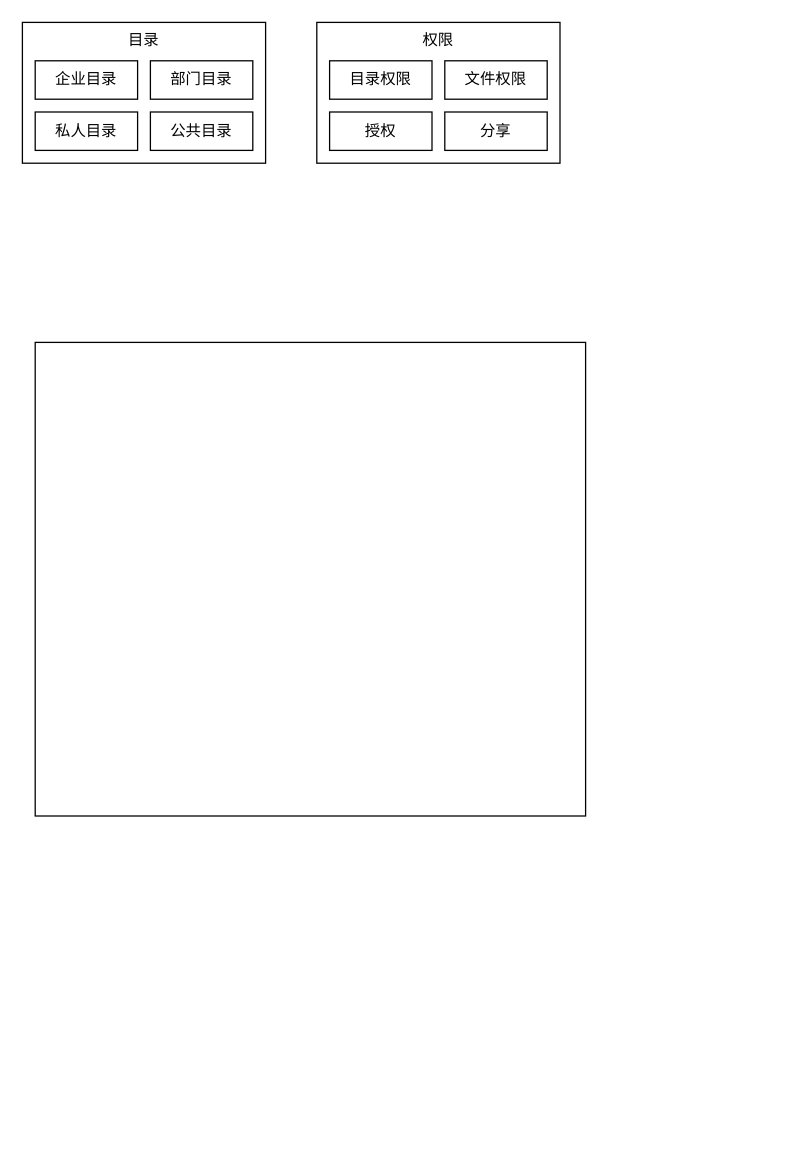
Before: page "企业网盘" (4 of 4) of StreamOA架构设计.drawio in zebra-min/my-design, a draw.io diagram. Source tidied: cells renumbered, new cells numbered last; positions are measured from the earlier drawing's top-left corner, leaving out a move shared by most shapes. Both pictures are drawn from the tidied source at 128%, with x=0, y=0 at pixel (22, 22).
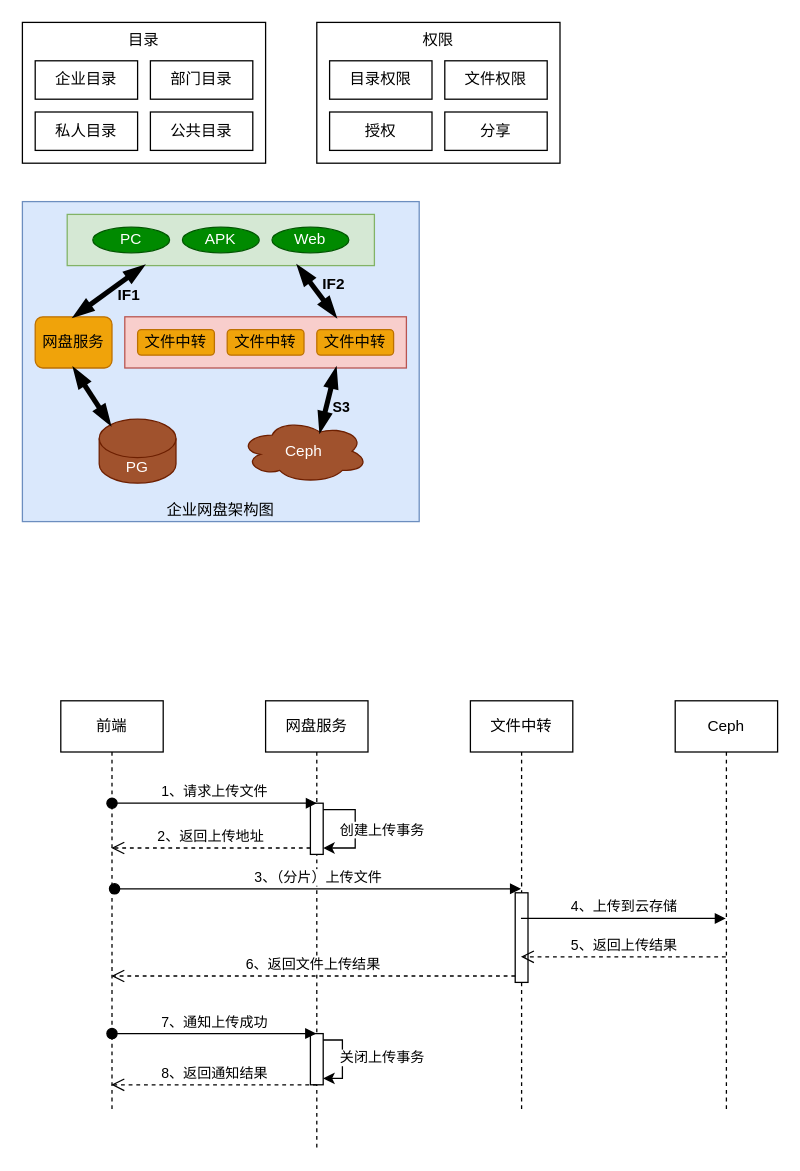
The same page after the edit.

Commit message (it also covers changes not shown here):
更新StreamOA架构设计.drawio

Change to the diagram source:
```diff
@@
-    <mxCell id="12" style="rounded=0;whiteSpace=wrap;html=1;" parent="1" vertex="1">
-      <mxGeometry x="10" y="250" width="430" height="370" as="geometry" />
+    <mxCell id="12" value="企业网盘架构图" style="rounded=0;whiteSpace=wrap;html=1;verticalAlign=bottom;fillColor=#dae8fc;strokeColor=#6c8ebf;fontFamily=Helvetica;" parent="1" vertex="1">
+      <mxGeometry y="140" width="310" height="250" as="geometry" />
     </mxCell>
+    <mxCell id="13" style="rounded=0;whiteSpace=wrap;html=1;fillColor=#d5e8d4;strokeColor=#82b366;fontFamily=Helvetica;" parent="1" vertex="1">
+      <mxGeometry x="35" y="150" width="240" height="40" as="geometry" />
+    </mxCell>
+    <mxCell id="14" value="PC" style="ellipse;whiteSpace=wrap;html=1;fillColor=#008a00;strokeColor=#005700;fontColor=#ffffff;fontFamily=Helvetica;" parent="1" vertex="1">
+      <mxGeometry x="55" y="160" width="60" height="20" as="geometry" />
+    </mxCell>
+    <mxCell id="15" value="APK" style="ellipse;whiteSpace=wrap;html=1;fillColor=#008a00;strokeColor=#005700;fontColor=#ffffff;fontFamily=Helvetica;" parent="1" vertex="1">
+      <mxGeometry x="125" y="160" width="60" height="20" as="geometry" />
+    </mxCell>
+    <mxCell id="16" value="Web" style="ellipse;whiteSpace=wrap;html=1;fillColor=#008a00;strokeColor=#005700;fontColor=#ffffff;fontFamily=Helvetica;" parent="1" vertex="1">
+      <mxGeometry x="195" y="160" width="60" height="20" as="geometry" />
+    </mxCell>
+    <mxCell id="17" style="rounded=0;whiteSpace=wrap;html=1;fillColor=#f8cecc;strokeColor=#b85450;fontFamily=Helvetica;" parent="1" vertex="1">
+      <mxGeometry x="80" y="230" width="220" height="40" as="geometry" />
+    </mxCell>
+    <mxCell id="18" value="网盘服务" style="rounded=1;whiteSpace=wrap;html=1;fillColor=#f0a30a;strokeColor=#BD7000;fontColor=#000000;fontFamily=Helvetica;" parent="1" vertex="1">
+      <mxGeometry x="10" y="230" width="60" height="40" as="geometry" />
+    </mxCell>
+    <mxCell id="19" value="文件中转" style="rounded=1;whiteSpace=wrap;html=1;fillColor=#f0a30a;strokeColor=#BD7000;fontColor=#000000;fontFamily=Helvetica;" parent="1" vertex="1">
+      <mxGeometry x="90" y="240" width="60" height="20" as="geometry" />
+    </mxCell>
+    <mxCell id="20" value="文件中转" style="rounded=1;whiteSpace=wrap;html=1;fillColor=#f0a30a;strokeColor=#BD7000;fontColor=#000000;fontFamily=Helvetica;" parent="1" vertex="1">
+      <mxGeometry x="160" y="240" width="60" height="20" as="geometry" />
+    </mxCell>
+    <mxCell id="21" value="文件中转" style="rounded=1;whiteSpace=wrap;html=1;fillColor=#f0a30a;strokeColor=#BD7000;fontColor=#000000;fontFamily=Helvetica;" parent="1" vertex="1">
+      <mxGeometry x="230" y="240" width="60" height="20" as="geometry" />
+    </mxCell>
+    <mxCell id="22" value="PG" style="shape=cylinder3;whiteSpace=wrap;html=1;boundedLbl=1;backgroundOutline=1;size=15;fillColor=#a0522d;strokeColor=#6D1F00;fontColor=#ffffff;fontFamily=Helvetica;" parent="1" vertex="1">
+      <mxGeometry x="60" y="310" width="60" height="50" as="geometry" />
+    </mxCell>
+    <mxCell id="23" value="Ceph" style="ellipse;shape=cloud;whiteSpace=wrap;html=1;fillColor=#a0522d;strokeColor=#6D1F00;fontColor=#ffffff;fontFamily=Helvetica;" parent="1" vertex="1">
+      <mxGeometry x="170" y="310" width="100" height="50" as="geometry" />
+    </mxCell>
+    <mxCell id="24" style="endArrow=blockThin;startArrow=blockThin;html=1;rounded=0;exitX=0.25;exitY=1;exitDx=0;exitDy=0;entryX=0.5;entryY=0;entryDx=0;entryDy=0;strokeWidth=4;startFill=1;endFill=1;fontFamily=Helvetica;" parent="1" edge="1" source="13" target="18">
+      <mxGeometry relative="1" as="geometry" />
+    </mxCell>
+    <mxCell id="25" value="&lt;font style=&quot;font-size: 12px;&quot;&gt;IF1&lt;/font&gt;" style="edgeLabel;html=1;align=center;verticalAlign=middle;fontStyle=1;fontSize=11;labelBackgroundColor=none;fontFamily=Helvetica;" parent="24" vertex="1">
+      <mxGeometry x="-0.07" y="4" relative="1" as="geometry">
+        <mxPoint x="11" as="offset" />
+      </mxGeometry>
+    </mxCell>
+    <mxCell id="26" style="endArrow=blockThin;startArrow=blockThin;html=1;rounded=0;exitX=0.75;exitY=1;exitDx=0;exitDy=0;entryX=0.75;entryY=0;entryDx=0;entryDy=0;strokeWidth=4;startFill=1;endFill=1;fontFamily=Helvetica;" parent="1" edge="1" source="13" target="17">
+      <mxGeometry relative="1" as="geometry" />
+    </mxCell>
+    <mxCell id="27" value="&lt;b&gt;&lt;font style=&quot;font-size: 12px;&quot;&gt;IF2&lt;/font&gt;&lt;/b&gt;" style="edgeLabel;html=1;align=center;verticalAlign=middle;labelBackgroundColor=none;fontFamily=Helvetica;" parent="26" vertex="1">
+      <mxGeometry x="-0.01" y="1" relative="1" as="geometry">
+        <mxPoint x="12" y="-5" as="offset" />
+      </mxGeometry>
+    </mxCell>
+    <mxCell id="28" style="endArrow=blockThin;startArrow=blockThin;html=1;rounded=0;exitX=0.145;exitY=0;exitDx=0;exitDy=4.35;entryX=0.5;entryY=1;entryDx=0;entryDy=0;strokeWidth=4;startFill=1;endFill=1;exitPerimeter=0;fontFamily=Helvetica;" parent="1" edge="1" source="22" target="18">
+      <mxGeometry relative="1" as="geometry" />
+    </mxCell>
+    <mxCell id="29" style="endArrow=blockThin;startArrow=blockThin;html=1;rounded=0;exitX=0.625;exitY=0.2;exitDx=0;exitDy=0;entryX=0.75;entryY=1;entryDx=0;entryDy=0;strokeWidth=4;startFill=1;endFill=1;exitPerimeter=0;fontFamily=Helvetica;" parent="1" edge="1" source="23" target="17">
+      <mxGeometry relative="1" as="geometry" />
+    </mxCell>
+    <mxCell id="30" value="&lt;b&gt;S3&lt;/b&gt;" style="edgeLabel;html=1;align=center;verticalAlign=middle;labelBackgroundColor=none;fontFamily=Helvetica;" parent="29" vertex="1">
+      <mxGeometry x="0.02" relative="1" as="geometry">
+        <mxPoint x="10" y="6" as="offset" />
+      </mxGeometry>
+    </mxCell>
+    <mxCell id="31" value="前端" style="shape=umlLifeline;perimeter=lifelinePerimeter;whiteSpace=wrap;html=1;outlineConnect=0;portConstraint=eastwest;newEdgeStyle={&quot;curved&quot;:0,&quot;rounded&quot;:0};" parent="1" vertex="1">
+      <mxGeometry x="30" y="530" width="80" height="320" as="geometry" />
+    </mxCell>
+    <mxCell id="32" value="网盘服务" style="shape=umlLifeline;perimeter=lifelinePerimeter;whiteSpace=wrap;html=1;outlineConnect=0;portConstraint=eastwest;newEdgeStyle={&quot;curved&quot;:0,&quot;rounded&quot;:0};" parent="1" vertex="1">
+      <mxGeometry x="190" y="530" width="80" height="350" as="geometry" />
+    </mxCell>
+    <mxCell id="33" style="html=1;points=[[0,0,0,0,5],[0,1,0,0,-5],[1,0,0,0,5],[1,1,0,0,-5]];perimeter=orthogonalPerimeter;outlineConnect=0;targetShapes=umlLifeline;portConstraint=eastwest;newEdgeStyle={&quot;curved&quot;:0,&quot;rounded&quot;:0};" parent="32" vertex="1">
+      <mxGeometry x="35" y="80" width="10" height="40" as="geometry" />
+    </mxCell>
+    <mxCell id="34" style="html=1;points=[[0,0,0,0,5],[0,1,0,0,-5],[1,0,0,0,5],[1,1,0,0,-5]];perimeter=orthogonalPerimeter;outlineConnect=0;targetShapes=umlLifeline;portConstraint=eastwest;newEdgeStyle={&quot;curved&quot;:0,&quot;rounded&quot;:0};" parent="32" vertex="1">
+      <mxGeometry x="35" y="260" width="10" height="40" as="geometry" />
+    </mxCell>
+    <mxCell id="35" style="edgeStyle=orthogonalEdgeStyle;rounded=0;orthogonalLoop=1;jettySize=auto;html=1;curved=0;exitX=1;exitY=0;exitDx=0;exitDy=5;exitPerimeter=0;entryX=1;entryY=1;entryDx=0;entryDy=-5;entryPerimeter=0;" parent="32" edge="1" source="34" target="34">
+      <mxGeometry relative="1" as="geometry">
+        <Array as="points">
+          <mxPoint x="60" y="265" />
+          <mxPoint x="60" y="295" />
+        </Array>
+      </mxGeometry>
+    </mxCell>
+    <mxCell id="36" value="关闭上传事务" style="edgeLabel;html=1;align=center;verticalAlign=middle;" parent="35" vertex="1">
+      <mxGeometry x="-0.07" y="3" relative="1" as="geometry">
+        <mxPoint x="27" as="offset" />
+      </mxGeometry>
+    </mxCell>
+    <mxCell id="37" style="edgeStyle=orthogonalEdgeStyle;rounded=0;orthogonalLoop=1;jettySize=auto;html=1;curved=0;exitX=1;exitY=0;exitDx=0;exitDy=5;exitPerimeter=0;entryX=1;entryY=1;entryDx=0;entryDy=-5;entryPerimeter=0;" parent="32" edge="1" source="33" target="33">
+      <mxGeometry relative="1" as="geometry">
+        <Array as="points">
+          <mxPoint x="70" y="85" />
+          <mxPoint x="70" y="115" />
+        </Array>
+      </mxGeometry>
+    </mxCell>
+    <mxCell id="38" value="创建上传事务" style="edgeLabel;html=1;align=center;verticalAlign=middle;" parent="37" vertex="1">
+      <mxGeometry y="1" relative="1" as="geometry">
+        <mxPoint x="19" as="offset" />
+      </mxGeometry>
+    </mxCell>
+    <mxCell id="39" value="文件中转" style="shape=umlLifeline;perimeter=lifelinePerimeter;whiteSpace=wrap;html=1;outlineConnect=0;portConstraint=eastwest;newEdgeStyle={&quot;curved&quot;:0,&quot;rounded&quot;:0};" parent="1" vertex="1">
+      <mxGeometry x="350" y="530" width="80" height="320" as="geometry" />
+    </mxCell>
+    <mxCell id="40" style="html=1;points=[[0,0,0,0,5],[0,1,0,0,-5],[1,0,0,0,5],[1,1,0,0,-5]];perimeter=orthogonalPerimeter;outlineConnect=0;targetShapes=umlLifeline;portConstraint=eastwest;newEdgeStyle={&quot;curved&quot;:0,&quot;rounded&quot;:0};" parent="39" vertex="1">
+      <mxGeometry x="35" y="150" width="10" height="70" as="geometry" />
+    </mxCell>
+    <mxCell id="41" value="Ceph" style="shape=umlLifeline;perimeter=lifelinePerimeter;whiteSpace=wrap;html=1;outlineConnect=0;portConstraint=eastwest;newEdgeStyle={&quot;curved&quot;:0,&quot;rounded&quot;:0};" parent="1" vertex="1">
+      <mxGeometry x="510" y="530" width="80" height="320" as="geometry" />
+    </mxCell>
+    <mxCell id="42" value="1、请求上传文件" style="html=1;verticalAlign=bottom;startArrow=oval;startFill=1;endArrow=block;startSize=8;curved=0;rounded=0;" parent="1" edge="1">
+      <mxGeometry relative="1" as="geometry">
+        <mxPoint x="70" y="610" as="sourcePoint" />
+        <mxPoint x="230" y="610" as="targetPoint" />
+      </mxGeometry>
+    </mxCell>
+    <mxCell id="43" value="2、返回上传地址" style="html=1;verticalAlign=bottom;endArrow=open;dashed=1;endSize=8;curved=0;rounded=0;exitX=0;exitY=1;exitDx=0;exitDy=-5;exitPerimeter=0;" parent="1" edge="1" source="33" target="31">
+      <mxGeometry relative="1" as="geometry" />
+    </mxCell>
+    <mxCell id="44" value="3、（分片）上传文件" style="html=1;verticalAlign=bottom;startArrow=oval;startFill=1;endArrow=block;startSize=8;curved=0;rounded=0;exitX=0.525;exitY=0.459;exitDx=0;exitDy=0;exitPerimeter=0;" parent="1" edge="1" source="31" target="39">
+      <mxGeometry relative="1" as="geometry" />
+    </mxCell>
+    <mxCell id="45" value="4、上传到云存储" style="html=1;verticalAlign=bottom;endArrow=block;curved=0;rounded=0;" parent="1" edge="1" source="39" target="41">
+      <mxGeometry relative="1" as="geometry">
+        <Array as="points">
+          <mxPoint x="470" y="700" />
+        </Array>
+      </mxGeometry>
+    </mxCell>
+    <mxCell id="46" value="5、返回上传结果" style="html=1;verticalAlign=bottom;endArrow=open;dashed=1;endSize=8;curved=0;rounded=0;" parent="1" edge="1" source="41" target="39">
+      <mxGeometry relative="1" as="geometry">
+        <Array as="points">
+          <mxPoint x="510" y="730" />
+        </Array>
+      </mxGeometry>
+    </mxCell>
+    <mxCell id="47" value="6、返回文件上传结果" style="html=1;verticalAlign=bottom;endArrow=open;dashed=1;endSize=8;curved=0;rounded=0;exitX=0;exitY=1;exitDx=0;exitDy=-5;exitPerimeter=0;" parent="1" edge="1" source="40" target="31">
+      <mxGeometry relative="1" as="geometry" />
+    </mxCell>
+    <mxCell id="48" value="7、通知上传成功" style="html=1;verticalAlign=bottom;startArrow=oval;startFill=1;endArrow=block;startSize=8;curved=0;rounded=0;" parent="1" edge="1" target="32">
+      <mxGeometry relative="1" as="geometry">
+        <mxPoint x="70" y="790" as="sourcePoint" />
+      </mxGeometry>
+    </mxCell>
+    <mxCell id="49" value="8、返回通知结果" style="html=1;verticalAlign=bottom;endArrow=open;dashed=1;endSize=8;curved=0;rounded=0;" parent="1" edge="1" target="31">
+      <mxGeometry relative="1" as="geometry">
+        <mxPoint x="230" y="830" as="sourcePoint" />
+      </mxGeometry>
+    </mxCell>
```
